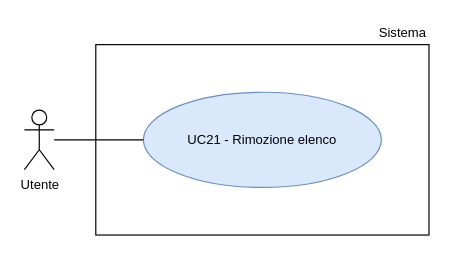
Earlier version of the draw.io diagram RTB/doc_esterna/analisi-dei-requisiti/assets/draw.io/UC21.drawio (thebitless-group-swe/thebitless.github.io). Source tidied: cells renumbered, new cells numbered last; positions are measured from the earlier drawing's top-left corner, leaving out a move shared by most shapes. Both pictures are drawn from the tidied source at 119%, with x=0, y=0 at pixel (24, 20).
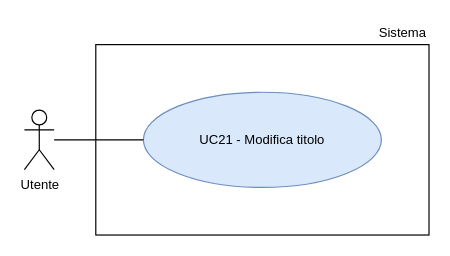
After the change.

What changed in the source:
```diff
@@
 <mxGraphModel>
   <root>
     <mxCell id="0" />
     <mxCell id="1" parent="0" />
     <mxCell id="2" value="Utente" style="shape=umlActor;verticalLabelPosition=bottom;verticalAlign=top;html=1;outlineConnect=0;fontSize=11;" parent="1" vertex="1">
       <mxGeometry y="75" width="25" height="50" as="geometry" />
     </mxCell>
     <mxCell id="3" style="rounded=0;whiteSpace=wrap;html=1;strokeWidth=1;" parent="1" vertex="1">
       <mxGeometry x="60" y="20" width="280" height="160" as="geometry" />
     </mxCell>
     <mxCell id="4" value="Sistema" style="text;html=1;whiteSpace=wrap;strokeColor=none;fillColor=none;align=right;verticalAlign=middle;fontSize=11;" parent="1" vertex="1">
       <mxGeometry x="270" width="70" height="20" as="geometry" />
     </mxCell>
-    <mxCell id="5" value="UC21 - Rimozione elenco" style="ellipse;whiteSpace=wrap;html=1;fillColor=#dae8fc;strokeColor=#6c8ebf;fontSize=11;" parent="1" vertex="1">
+    <mxCell id="5" value="UC21 - Modifica titolo" style="ellipse;whiteSpace=wrap;html=1;fillColor=#dae8fc;strokeColor=#6c8ebf;fontSize=11;" parent="1" vertex="1">
       <mxGeometry x="100" y="60" width="200" height="80" as="geometry" />
     </mxCell>
     <mxCell id="6" style="edgeStyle=none;rounded=0;jettySize=auto;html=1;endArrow=none;endFill=0;" parent="1" edge="1" source="2" target="5">
       <mxGeometry relative="1" as="geometry" />
     </mxCell>
   </root>
 </mxGraphModel>
```
